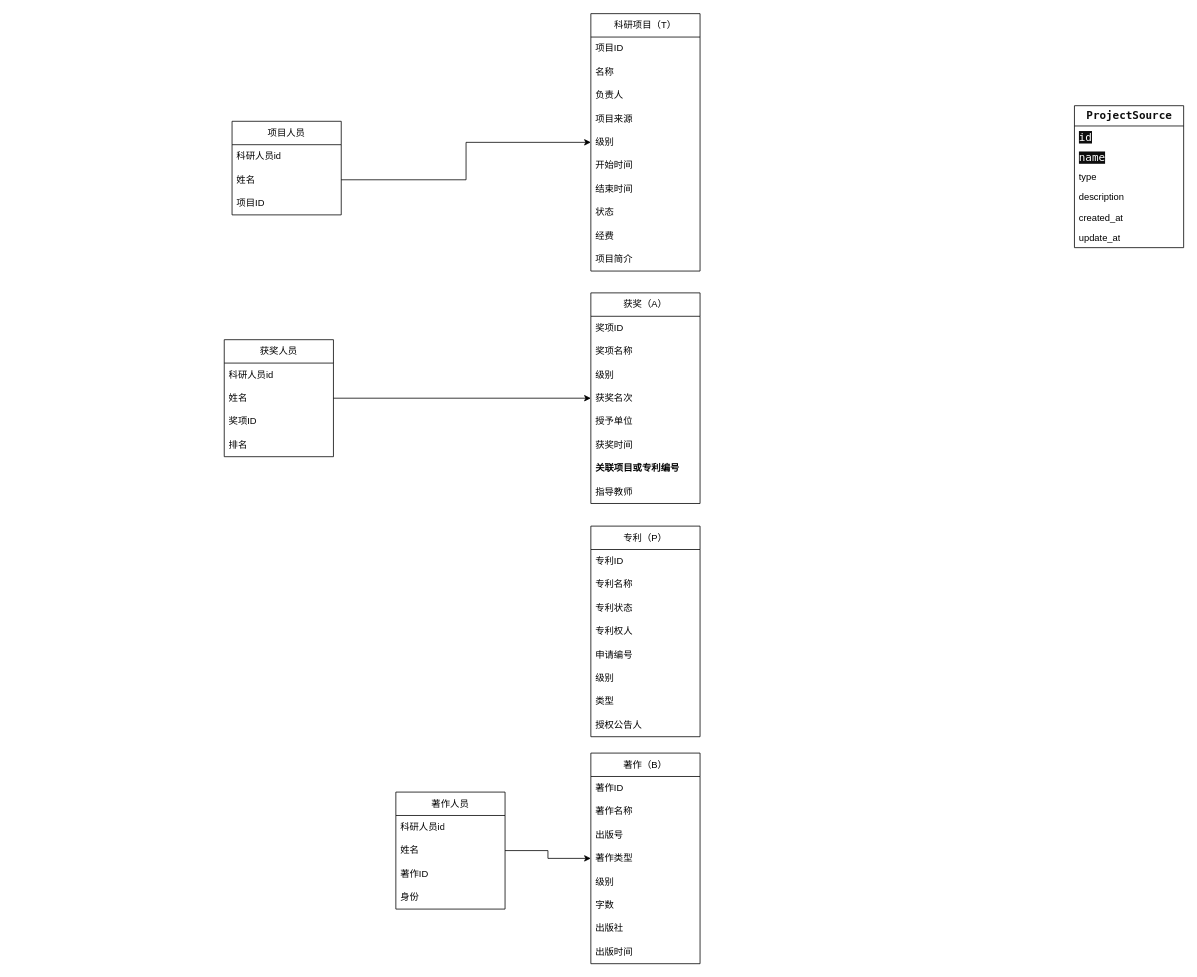
This is directory/ER_project.drawio from lllwwwooo/draw.io, a draw.io file, before an edit. Source tidied: cells renumbered, new cells numbered last; positions are measured from the earlier drawing's top-left corner, leaving out a move shared by most shapes. Both pictures are drawn from the tidied source at 78%, with x=0, y=0 at pixel (224, 13).
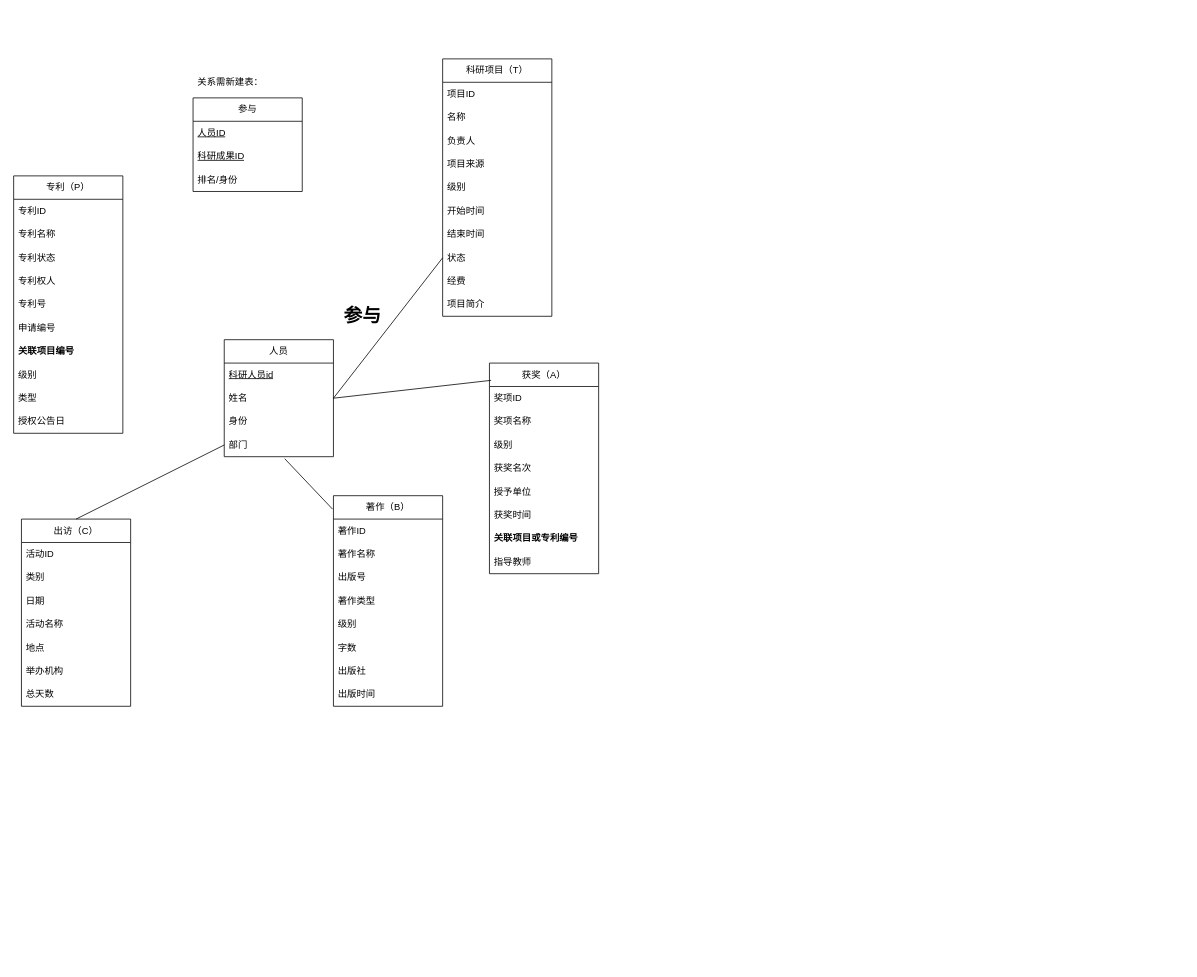
After the change.

The change refers to these unchanged cells:
```xml
<mxCell id="29" value="获奖名次" style="text;strokeColor=none;fillColor=none;align=left;verticalAlign=middle;spacingLeft=4;spacingRight=4;overflow=hidden;points=[[0,0.5],[1,0.5]];portConstraint=eastwest;whiteSpace=wrap;html=1;" parent="25" vertex="1">
  <mxGeometry y="120" width="140" height="30" as="geometry" />
</mxCell>
<mxCell id="47" value="著作类型" style="text;strokeColor=none;fillColor=none;align=left;verticalAlign=middle;spacingLeft=4;spacingRight=4;overflow=hidden;points=[[0,0.5],[1,0.5]];portConstraint=eastwest;whiteSpace=wrap;html=1;" parent="43" vertex="1">
  <mxGeometry y="120" width="140" height="30" as="geometry" />
</mxCell>
<mxCell id="54" value="姓名" style="text;strokeColor=none;fillColor=none;align=left;verticalAlign=middle;spacingLeft=4;spacingRight=4;overflow=hidden;points=[[0,0.5],[1,0.5]];portConstraint=eastwest;whiteSpace=wrap;html=1;" parent="52" vertex="1">
  <mxGeometry y="60" width="140" height="30" as="geometry" />
</mxCell>
```

What changed in the source:
```diff
@@
-    <mxCell id="2" value="&lt;span style=&quot;color: rgb(13, 13, 13); font-family: &amp;quot;Söhne Mono&amp;quot;, Monaco, &amp;quot;Andale Mono&amp;quot;, &amp;quot;Ubuntu Mono&amp;quot;, monospace; font-size: 14px; font-weight: 600; text-align: left; white-space: pre-wrap; background-color: rgb(255, 255, 255);&quot;&gt;ProjectSource&lt;/span&gt;" style="swimlane;fontStyle=0;horizontal=1;startSize=26;fillColor=none;html=1;" parent="1" vertex="1">
-      <mxGeometry x="1090" y="118" width="140" height="182" as="geometry" />
-    </mxCell>
-    <mxCell id="3" value="&lt;span style=&quot;color: rgb(255, 255, 255); font-family: &amp;quot;Söhne Mono&amp;quot;, Monaco, &amp;quot;Andale Mono&amp;quot;, &amp;quot;Ubuntu Mono&amp;quot;, monospace; font-size: 14px; white-space: pre; background-color: rgb(13, 13, 13);&quot;&gt;id&lt;/span&gt;" style="text;strokeColor=none;fillColor=none;align=left;verticalAlign=top;spacingLeft=4;spacingRight=4;overflow=hidden;whiteSpace=wrap;html=1;" parent="2" vertex="1">
-      <mxGeometry y="26" width="140" height="26" as="geometry" />
-    </mxCell>
-    <mxCell id="4" value="&lt;span style=&quot;color: rgb(255, 255, 255); font-family: &amp;quot;Söhne Mono&amp;quot;, Monaco, &amp;quot;Andale Mono&amp;quot;, &amp;quot;Ubuntu Mono&amp;quot;, monospace; font-size: 14px; white-space: pre; background-color: rgb(13, 13, 13);&quot;&gt;name&lt;/span&gt;" style="text;strokeColor=none;fillColor=none;align=left;verticalAlign=top;spacingLeft=4;spacingRight=4;overflow=hidden;whiteSpace=wrap;html=1;" parent="2" vertex="1">
-      <mxGeometry y="52" width="140" height="26" as="geometry" />
-    </mxCell>
-    <mxCell id="5" value="type" style="text;strokeColor=none;fillColor=none;align=left;verticalAlign=top;spacingLeft=4;spacingRight=4;overflow=hidden;whiteSpace=wrap;html=1;" parent="2" vertex="1">
-      <mxGeometry y="78" width="140" height="26" as="geometry" />
-    </mxCell>
-    <mxCell id="6" value="description" style="text;strokeColor=none;fillColor=none;align=left;verticalAlign=top;spacingLeft=4;spacingRight=4;overflow=hidden;whiteSpace=wrap;html=1;" parent="2" vertex="1">
-      <mxGeometry y="104" width="140" height="26" as="geometry" />
-    </mxCell>
-    <mxCell id="7" value="created_at" style="text;strokeColor=none;fillColor=none;align=left;verticalAlign=top;spacingLeft=4;spacingRight=4;overflow=hidden;whiteSpace=wrap;html=1;" parent="2" vertex="1">
-      <mxGeometry y="130" width="140" height="26" as="geometry" />
-    </mxCell>
-    <mxCell id="8" value="update_at" style="text;strokeColor=none;fillColor=none;align=left;verticalAlign=top;spacingLeft=4;spacingRight=4;overflow=hidden;whiteSpace=wrap;html=1;" parent="2" vertex="1">
-      <mxGeometry y="156" width="140" height="26" as="geometry" />
-    </mxCell>
     <mxCell id="9" value="科研项目（T）" style="swimlane;fontStyle=0;horizontal=1;startSize=30;whiteSpace=wrap;html=1;" parent="1" vertex="1">
-      <mxGeometry x="470" width="140" height="330" as="geometry" />
+      <mxGeometry x="280" y="58" width="140" height="330" as="geometry" />
     </mxCell>
@@
-    <mxCell id="20" value="项目人员" style="swimlane;fontStyle=0;horizontal=1;startSize=30;whiteSpace=wrap;html=1;" parent="1" vertex="1">
-      <mxGeometry x="10" y="138" width="140" height="120" as="geometry" />
-    </mxCell>
-    <mxCell id="21" value="科研人员id" style="text;strokeColor=none;fillColor=none;align=left;verticalAlign=middle;spacingLeft=4;spacingRight=4;overflow=hidden;whiteSpace=wrap;html=1;" parent="20" vertex="1">
-      <mxGeometry y="30" width="140" height="30" as="geometry" />
-    </mxCell>
-    <mxCell id="22" value="姓名" style="text;strokeColor=none;fillColor=none;align=left;verticalAlign=middle;spacingLeft=4;spacingRight=4;overflow=hidden;points=[[0,0.5],[1,0.5]];portConstraint=eastwest;whiteSpace=wrap;html=1;" parent="20" vertex="1">
-      <mxGeometry y="60" width="140" height="30" as="geometry" />
-    </mxCell>
-    <mxCell id="23" value="项目ID" style="text;strokeColor=none;fillColor=none;align=left;verticalAlign=middle;spacingLeft=4;spacingRight=4;overflow=hidden;whiteSpace=wrap;html=1;" parent="20" vertex="1">
-      <mxGeometry y="90" width="140" height="30" as="geometry" />
-    </mxCell>
-    <mxCell id="24" style="edgeStyle=orthogonalEdgeStyle;rounded=0;jettySize=auto;html=1;exitX=1;exitY=0.5;exitDx=0;exitDy=0;entryX=0;entryY=0.5;entryDx=0;entryDy=0;" parent="1" edge="1" source="22" target="9">
-      <mxGeometry relative="1" as="geometry" />
-    </mxCell>
     <mxCell id="25" value="获奖（A）" style="swimlane;fontStyle=0;horizontal=1;startSize=30;whiteSpace=wrap;html=1;" parent="1" vertex="1">
-      <mxGeometry x="470" y="358" width="140" height="270" as="geometry" />
+      <mxGeometry x="340" y="448" width="140" height="270" as="geometry" />
     </mxCell>
@@
     <mxCell id="34" value="专利（P）" style="swimlane;fontStyle=0;horizontal=1;startSize=30;whiteSpace=wrap;html=1;" parent="1" vertex="1">
-      <mxGeometry x="470" y="657" width="140" height="270" as="geometry" />
+      <mxGeometry x="-270" y="208" width="140" height="330" as="geometry" />
     </mxCell>
@@
+    <mxCell id="64" value="专利号" style="text;strokeColor=none;fillColor=none;align=left;verticalAlign=middle;spacingLeft=4;spacingRight=4;overflow=hidden;whiteSpace=wrap;html=1;" parent="34" vertex="1">
+      <mxGeometry y="150" width="140" height="30" as="geometry" />
+    </mxCell>
     <mxCell id="39" value="申请编号" style="text;strokeColor=none;fillColor=none;align=left;verticalAlign=middle;spacingLeft=4;spacingRight=4;overflow=hidden;whiteSpace=wrap;html=1;" parent="34" vertex="1">
-      <mxGeometry y="150" width="140" height="30" as="geometry" />
+      <mxGeometry y="180" width="140" height="30" as="geometry" />
     </mxCell>
+    <mxCell id="65" value="&lt;b&gt;关联项目编号&lt;/b&gt;" style="text;strokeColor=none;fillColor=none;align=left;verticalAlign=middle;spacingLeft=4;spacingRight=4;overflow=hidden;whiteSpace=wrap;html=1;" parent="34" vertex="1">
+      <mxGeometry y="210" width="140" height="30" as="geometry" />
+    </mxCell>
     <mxCell id="40" value="级别" style="text;strokeColor=none;fillColor=none;align=left;verticalAlign=middle;spacingLeft=4;spacingRight=4;overflow=hidden;whiteSpace=wrap;html=1;" parent="34" vertex="1">
-      <mxGeometry y="180" width="140" height="30" as="geometry" />
+      <mxGeometry y="240" width="140" height="30" as="geometry" />
     </mxCell>
     <mxCell id="41" value="类型" style="text;strokeColor=none;fillColor=none;align=left;verticalAlign=middle;spacingLeft=4;spacingRight=4;overflow=hidden;whiteSpace=wrap;html=1;" parent="34" vertex="1">
-      <mxGeometry y="210" width="140" height="30" as="geometry" />
+      <mxGeometry y="270" width="140" height="30" as="geometry" />
     </mxCell>
-    <mxCell id="42" value="授权公告人" style="text;strokeColor=none;fillColor=none;align=left;verticalAlign=middle;spacingLeft=4;spacingRight=4;overflow=hidden;whiteSpace=wrap;html=1;" parent="34" vertex="1">
-      <mxGeometry y="240" width="140" height="30" as="geometry" />
+    <mxCell id="42" value="授权公告日" style="text;strokeColor=none;fillColor=none;align=left;verticalAlign=middle;spacingLeft=4;spacingRight=4;overflow=hidden;whiteSpace=wrap;html=1;" parent="34" vertex="1">
+      <mxGeometry y="300" width="140" height="30" as="geometry" />
     </mxCell>
     <mxCell id="43" value="著作（B）" style="swimlane;fontStyle=0;horizontal=1;startSize=30;whiteSpace=wrap;html=1;" parent="1" vertex="1">
-      <mxGeometry x="470" y="948" width="140" height="270" as="geometry" />
+      <mxGeometry x="140" y="618" width="140" height="270" as="geometry" />
     </mxCell>
@@
-    <mxCell id="52" value="获奖人员" style="swimlane;fontStyle=0;horizontal=1;startSize=30;whiteSpace=wrap;html=1;" parent="1" vertex="1">
+    <mxCell id="52" value="人员" style="swimlane;fontStyle=0;horizontal=1;startSize=30;whiteSpace=wrap;html=1;" parent="1" vertex="1">
       <mxGeometry y="418" width="140" height="150" as="geometry" />
     </mxCell>
-    <mxCell id="53" value="科研人员id" style="text;strokeColor=none;fillColor=none;align=left;verticalAlign=middle;spacingLeft=4;spacingRight=4;overflow=hidden;whiteSpace=wrap;html=1;" parent="52" vertex="1">
+    <mxCell id="53" value="&lt;u&gt;科研人员id&lt;/u&gt;" style="text;strokeColor=none;fillColor=none;align=left;verticalAlign=middle;spacingLeft=4;spacingRight=4;overflow=hidden;whiteSpace=wrap;html=1;" parent="52" vertex="1">
       <mxGeometry y="30" width="140" height="30" as="geometry" />
     </mxCell>
@@
-    <mxCell id="55" value="奖项ID" style="text;strokeColor=none;fillColor=none;align=left;verticalAlign=middle;spacingLeft=4;spacingRight=4;overflow=hidden;whiteSpace=wrap;html=1;" parent="52" vertex="1">
+    <mxCell id="55" value="身份" style="text;strokeColor=none;fillColor=none;align=left;verticalAlign=middle;spacingLeft=4;spacingRight=4;overflow=hidden;whiteSpace=wrap;html=1;" parent="52" vertex="1">
       <mxGeometry y="90" width="140" height="30" as="geometry" />
     </mxCell>
-    <mxCell id="56" value="排名" style="text;strokeColor=none;fillColor=none;align=left;verticalAlign=middle;spacingLeft=4;spacingRight=4;overflow=hidden;points=[[0,0.5],[1,0.5]];portConstraint=eastwest;whiteSpace=wrap;html=1;" parent="52" vertex="1">
+    <mxCell id="56" value="部门" style="text;strokeColor=none;fillColor=none;align=left;verticalAlign=middle;spacingLeft=4;spacingRight=4;overflow=hidden;points=[[0,0.5],[1,0.5]];portConstraint=eastwest;whiteSpace=wrap;html=1;" parent="52" vertex="1">
       <mxGeometry y="120" width="140" height="30" as="geometry" />
     </mxCell>
-    <mxCell id="57" style="edgeStyle=orthogonalEdgeStyle;rounded=0;jettySize=auto;html=1;exitX=1;exitY=0.5;exitDx=0;exitDy=0;entryX=0;entryY=0.5;entryDx=0;entryDy=0;" parent="1" edge="1" source="54" target="29">
-      <mxGeometry relative="1" as="geometry" />
-    </mxCell>
-    <mxCell id="58" value="著作人员" style="swimlane;fontStyle=0;horizontal=1;startSize=30;whiteSpace=wrap;html=1;" parent="1" vertex="1">
-      <mxGeometry x="220" y="998" width="140" height="150" as="geometry" />
-    </mxCell>
-    <mxCell id="59" value="科研人员id" style="text;strokeColor=none;fillColor=none;align=left;verticalAlign=middle;spacingLeft=4;spacingRight=4;overflow=hidden;whiteSpace=wrap;html=1;" parent="58" vertex="1">
-      <mxGeometry y="30" width="140" height="30" as="geometry" />
-    </mxCell>
-    <mxCell id="60" value="姓名" style="text;strokeColor=none;fillColor=none;align=left;verticalAlign=middle;spacingLeft=4;spacingRight=4;overflow=hidden;points=[[0,0.5],[1,0.5]];portConstraint=eastwest;whiteSpace=wrap;html=1;" parent="58" vertex="1">
-      <mxGeometry y="60" width="140" height="30" as="geometry" />
-    </mxCell>
-    <mxCell id="61" value="著作ID" style="text;strokeColor=none;fillColor=none;align=left;verticalAlign=middle;spacingLeft=4;spacingRight=4;overflow=hidden;whiteSpace=wrap;html=1;" parent="58" vertex="1">
-      <mxGeometry y="90" width="140" height="30" as="geometry" />
-    </mxCell>
-    <mxCell id="62" value="身份" style="text;strokeColor=none;fillColor=none;align=left;verticalAlign=middle;spacingLeft=4;spacingRight=4;overflow=hidden;whiteSpace=wrap;html=1;" parent="58" vertex="1">
-      <mxGeometry y="120" width="140" height="30" as="geometry" />
-    </mxCell>
-    <mxCell id="63" style="edgeStyle=orthogonalEdgeStyle;rounded=0;jettySize=auto;html=1;exitX=1;exitY=0.5;exitDx=0;exitDy=0;entryX=0;entryY=0.5;entryDx=0;entryDy=0;" parent="1" edge="1" source="60" target="47">
-      <mxGeometry relative="1" as="geometry" />
-    </mxCell>
+    <mxCell id="66" value="出访（C）" style="swimlane;fontStyle=0;horizontal=1;startSize=30;whiteSpace=wrap;html=1;" parent="1" vertex="1">
+      <mxGeometry x="-260" y="648" width="140" height="240" as="geometry" />
+    </mxCell>
+    <mxCell id="67" value="活动ID" style="text;strokeColor=none;fillColor=none;align=left;verticalAlign=middle;spacingLeft=4;spacingRight=4;overflow=hidden;whiteSpace=wrap;html=1;" parent="66" vertex="1">
+      <mxGeometry y="30" width="140" height="30" as="geometry" />
+    </mxCell>
+    <mxCell id="68" value="类别" style="text;strokeColor=none;fillColor=none;align=left;verticalAlign=middle;spacingLeft=4;spacingRight=4;overflow=hidden;whiteSpace=wrap;html=1;" parent="66" vertex="1">
+      <mxGeometry y="60" width="140" height="30" as="geometry" />
+    </mxCell>
+    <mxCell id="69" value="日期" style="text;strokeColor=none;fillColor=none;align=left;verticalAlign=middle;spacingLeft=4;spacingRight=4;overflow=hidden;whiteSpace=wrap;html=1;" parent="66" vertex="1">
+      <mxGeometry y="90" width="140" height="30" as="geometry" />
+    </mxCell>
+    <mxCell id="70" value="活动名称" style="text;strokeColor=none;fillColor=none;align=left;verticalAlign=middle;spacingLeft=4;spacingRight=4;overflow=hidden;whiteSpace=wrap;html=1;" parent="66" vertex="1">
+      <mxGeometry y="120" width="140" height="30" as="geometry" />
+    </mxCell>
+    <mxCell id="71" value="地点" style="text;strokeColor=none;fillColor=none;align=left;verticalAlign=middle;spacingLeft=4;spacingRight=4;overflow=hidden;whiteSpace=wrap;html=1;" parent="66" vertex="1">
+      <mxGeometry y="150" width="140" height="30" as="geometry" />
+    </mxCell>
+    <mxCell id="72" value="举办机构" style="text;strokeColor=none;fillColor=none;align=left;verticalAlign=middle;spacingLeft=4;spacingRight=4;overflow=hidden;whiteSpace=wrap;html=1;" parent="66" vertex="1">
+      <mxGeometry y="180" width="140" height="30" as="geometry" />
+    </mxCell>
+    <mxCell id="73" value="总天数" style="text;strokeColor=none;fillColor=none;align=left;verticalAlign=middle;spacingLeft=4;spacingRight=4;overflow=hidden;whiteSpace=wrap;html=1;" parent="66" vertex="1">
+      <mxGeometry y="210" width="140" height="30" as="geometry" />
+    </mxCell>
+    <mxCell id="74" value="参与" style="text;strokeColor=none;fillColor=none;html=1;fontSize=24;fontStyle=1;verticalAlign=middle;align=center;" parent="1" vertex="1">
+      <mxGeometry x="127" y="368" width="100" height="40" as="geometry" />
+    </mxCell>
+    <mxCell id="75" style="endArrow=none;html=1;rounded=0;exitX=1;exitY=0.5;exitDx=0;exitDy=0;" parent="1" edge="1" source="54" target="9">
+      <mxGeometry relative="1" as="geometry" />
+    </mxCell>
+    <mxCell id="76" style="endArrow=none;html=1;rounded=0;exitX=1;exitY=0.5;exitDx=0;exitDy=0;entryX=0.015;entryY=0.082;entryDx=0;entryDy=0;entryPerimeter=0;" parent="1" edge="1" source="54" target="25">
+      <mxGeometry relative="1" as="geometry" />
+    </mxCell>
+    <mxCell id="77" style="endArrow=none;html=1;rounded=0;exitX=0.554;exitY=1.087;exitDx=0;exitDy=0;entryX=-0.008;entryY=0.064;entryDx=0;entryDy=0;entryPerimeter=0;exitPerimeter=0;" parent="1" edge="1" source="56" target="43">
+      <mxGeometry relative="1" as="geometry" />
+    </mxCell>
+    <mxCell id="78" style="endArrow=none;html=1;rounded=0;exitX=0;exitY=0.5;exitDx=0;exitDy=0;entryX=0.5;entryY=0;entryDx=0;entryDy=0;" parent="1" edge="1" source="56" target="66">
+      <mxGeometry relative="1" as="geometry" />
+    </mxCell>
+    <mxCell id="79" value="参与" style="swimlane;fontStyle=0;horizontal=1;startSize=30;whiteSpace=wrap;html=1;" parent="1" vertex="1">
+      <mxGeometry x="-40" y="108" width="140" height="120" as="geometry" />
+    </mxCell>
+    <mxCell id="80" value="&lt;u&gt;人员ID&lt;/u&gt;" style="text;strokeColor=none;fillColor=none;align=left;verticalAlign=middle;spacingLeft=4;spacingRight=4;overflow=hidden;whiteSpace=wrap;html=1;" parent="79" vertex="1">
+      <mxGeometry y="30" width="140" height="30" as="geometry" />
+    </mxCell>
+    <mxCell id="81" value="&lt;u&gt;科研成果ID&lt;/u&gt;" style="text;strokeColor=none;fillColor=none;align=left;verticalAlign=middle;spacingLeft=4;spacingRight=4;overflow=hidden;whiteSpace=wrap;html=1;" parent="79" vertex="1">
+      <mxGeometry y="60" width="140" height="30" as="geometry" />
+    </mxCell>
+    <mxCell id="82" value="排名/身份" style="text;strokeColor=none;fillColor=none;align=left;verticalAlign=middle;spacingLeft=4;spacingRight=4;overflow=hidden;whiteSpace=wrap;html=1;" parent="79" vertex="1">
+      <mxGeometry y="90" width="140" height="30" as="geometry" />
+    </mxCell>
+    <mxCell id="83" value="关系需新建表：" style="text;strokeColor=none;fillColor=none;align=left;verticalAlign=middle;spacingLeft=4;spacingRight=4;overflow=hidden;whiteSpace=wrap;html=1;" parent="1" vertex="1">
+      <mxGeometry x="-40" y="73" width="120" height="30" as="geometry" />
+    </mxCell>
```
